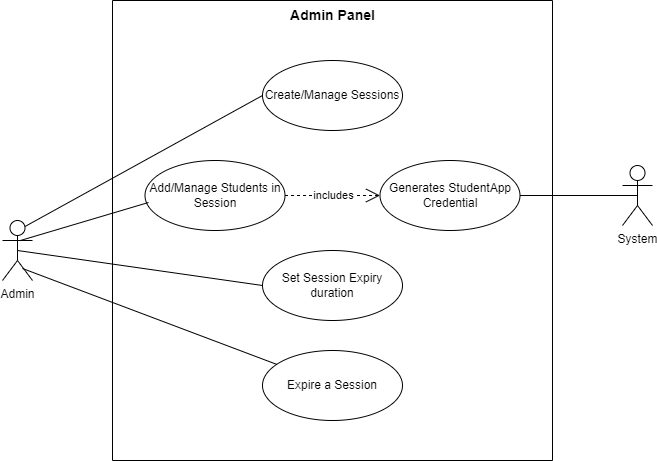
Above: Project Real-Time Bus ID Verification and Tracking/DOCUMENTATION/UseCaseDiagrams/SessionStudentManagement.png in Abubakar-doc/FYP-24-SE-A-204 (draw.io), before the change. Source tidied: cells renumbered, new cells last; positions are measured from the earlier drawing's top-left corner, leaving out a move shared by most shapes.
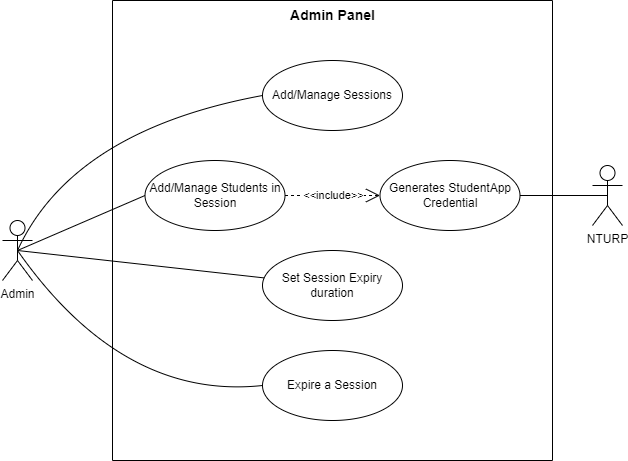
The same file after the commit.

What changed in the source:
```diff
@@ -8,7 +8,7 @@
     <mxCell id="3" value="Set Session Expiry duration" style="ellipse;whiteSpace=wrap;html=1;fillColor=none;" parent="2" vertex="1">
       <mxGeometry x="150" y="250" width="140" height="70" as="geometry" />
     </mxCell>
-    <mxCell id="4" value="Create/Manage Sessions" style="ellipse;whiteSpace=wrap;html=1;fillColor=none;" parent="2" vertex="1">
+    <mxCell id="4" value="Add/Manage Sessions" style="ellipse;whiteSpace=wrap;html=1;fillColor=none;" parent="2" vertex="1">
       <mxGeometry x="150" y="60" width="140" height="70" as="geometry" />
     </mxCell>
     <mxCell id="5" value="Generates StudentApp Credential" style="ellipse;whiteSpace=wrap;html=1;fillColor=none;" parent="2" vertex="1">
@@ -17,7 +17,7 @@
     <mxCell id="6" value="Add/Manage Students in Session" style="ellipse;whiteSpace=wrap;html=1;fillColor=none;" parent="2" vertex="1">
       <mxGeometry x="32.5" y="160" width="140" height="70" as="geometry" />
     </mxCell>
-    <mxCell id="7" value="includes" style="endArrow=open;endSize=12;dashed=1;html=1;rounded=0;exitX=1;exitY=0.5;exitDx=0;exitDy=0;" parent="2" edge="1" source="6" target="5">
+    <mxCell id="7" value="&amp;lt;&amp;lt;include&amp;gt;&amp;gt;" style="endArrow=open;endSize=12;dashed=1;html=1;rounded=0;exitX=1;exitY=0.5;exitDx=0;exitDy=0;" parent="2" edge="1" source="6" target="5">
       <mxGeometry relative="1" as="geometry" />
     </mxCell>
     <mxCell id="8" value="&lt;b&gt;&lt;font style=&quot;font-size: 14px;&quot;&gt;Admin Panel&lt;/font&gt;&lt;/b&gt;" style="text;html=1;align=center;verticalAlign=middle;strokeColor=none;fillColor=none;" parent="2" vertex="1">
@@ -26,26 +26,34 @@
     <mxCell id="9" value="Expire a Session" style="ellipse;whiteSpace=wrap;html=1;fillColor=none;" parent="2" vertex="1">
       <mxGeometry x="150" y="350" width="140" height="70" as="geometry" />
     </mxCell>
-    <mxCell id="10" value="Admin" style="shape=umlActor;verticalLabelPosition=bottom;verticalAlign=top;html=1;" parent="1" vertex="1">
-      <mxGeometry y="220" width="30" height="60" as="geometry" />
-    </mxCell>
-    <mxCell id="11" value="System" style="shape=umlActor;verticalLabelPosition=bottom;verticalAlign=top;html=1;" parent="1" vertex="1">
-      <mxGeometry x="620" y="165" width="30" height="60" as="geometry" />
-    </mxCell>
-    <mxCell id="12" style="endArrow=none;html=1;rounded=0;exitX=0.75;exitY=0.1;exitDx=0;exitDy=0;exitPerimeter=0;entryX=0;entryY=0.5;entryDx=0;entryDy=0;" parent="1" edge="1" source="10" target="4">
-      <mxGeometry relative="1" as="geometry" />
+    <mxCell id="12" style="rounded=0;jettySize=auto;html=1;exitX=0.5;exitY=0.5;exitDx=0;exitDy=0;exitPerimeter=0;entryX=0;entryY=0.5;entryDx=0;entryDy=0;curved=1;endArrow=none;startFill=0;" parent="1" edge="1" source="10" target="4">
+      <mxGeometry relative="1" as="geometry">
+        <Array as="points">
+          <mxPoint x="70" y="130" />
+        </Array>
+      </mxGeometry>
     </mxCell>
+    <mxCell id="15" style="rounded=0;jettySize=auto;html=1;exitX=0.5;exitY=0.5;exitDx=0;exitDy=0;exitPerimeter=0;entryX=0;entryY=0.5;entryDx=0;entryDy=0;curved=1;endArrow=none;startFill=0;" parent="1" edge="1" source="10" target="9">
+      <mxGeometry relative="1" as="geometry">
+        <Array as="points">
+          <mxPoint x="120" y="400" />
+        </Array>
+      </mxGeometry>
+    </mxCell>
-    <mxCell id="13" style="endArrow=none;html=1;rounded=0;entryX=0.025;entryY=0.6;entryDx=0;entryDy=0;entryPerimeter=0;exitX=0.6;exitY=0.333;exitDx=0;exitDy=0;exitPerimeter=0;" parent="1" edge="1" source="10" target="6">
+    <mxCell id="13" style="rounded=0;jettySize=auto;html=1;exitX=0.5;exitY=0.5;exitDx=0;exitDy=0;exitPerimeter=0;entryX=0;entryY=0.5;entryDx=0;entryDy=0;endArrow=none;startFill=0;" parent="1" edge="1" source="10" target="6">
       <mxGeometry relative="1" as="geometry" />
     </mxCell>
-    <mxCell id="14" style="endArrow=none;html=1;rounded=0;exitX=0.5;exitY=0.5;exitDx=0;exitDy=0;exitPerimeter=0;entryX=0;entryY=0.5;entryDx=0;entryDy=0;" parent="1" edge="1" source="10" target="3">
+    <mxCell id="14" style="rounded=0;jettySize=auto;html=1;exitX=0.5;exitY=0.5;exitDx=0;exitDy=0;exitPerimeter=0;endArrow=none;startFill=0;" parent="1" edge="1" source="10" target="3">
       <mxGeometry relative="1" as="geometry" />
     </mxCell>
-    <mxCell id="15" style="endArrow=none;html=1;rounded=0;exitX=0.667;exitY=0.8;exitDx=0;exitDy=0;exitPerimeter=0;" parent="1" edge="1" source="10" target="9">
-      <mxGeometry relative="1" as="geometry" />
-    </mxCell>
-    <mxCell id="16" style="endArrow=none;html=1;rounded=0;entryX=0.5;entryY=0.5;entryDx=0;entryDy=0;entryPerimeter=0;exitX=1;exitY=0.5;exitDx=0;exitDy=0;" parent="1" edge="1" source="5" target="11">
-      <mxGeometry relative="1" as="geometry" />
-    </mxCell>
+    <mxCell id="10" value="Admin" style="shape=umlActor;verticalLabelPosition=bottom;verticalAlign=top;html=1;" parent="1" vertex="1">
+      <mxGeometry y="220" width="30" height="60" as="geometry" />
+    </mxCell>
+    <mxCell id="17" style="edgeStyle=orthogonalEdgeStyle;rounded=0;jettySize=auto;html=1;exitX=0.5;exitY=0.5;exitDx=0;exitDy=0;exitPerimeter=0;entryX=1;entryY=0.5;entryDx=0;entryDy=0;endArrow=none;startFill=0;" parent="1" edge="1" source="18" target="5">
+      <mxGeometry relative="1" as="geometry" />
+    </mxCell>
+    <mxCell id="18" value="NTURP" style="shape=umlActor;verticalLabelPosition=bottom;verticalAlign=top;html=1;" parent="1" vertex="1">
+      <mxGeometry x="590" y="165" width="30" height="60" as="geometry" />
+    </mxCell>
   </root>
 </mxGraphModel>
```
